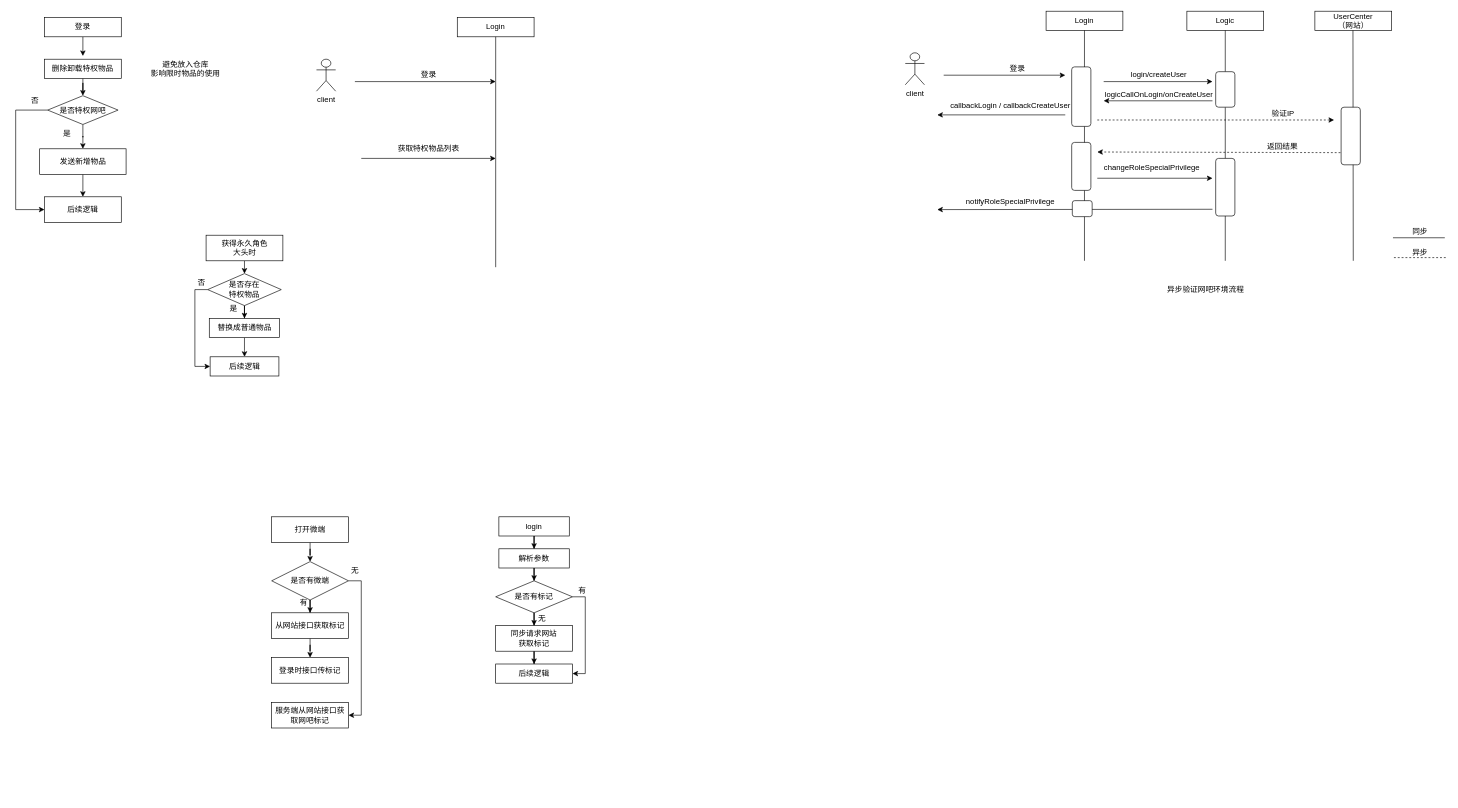
The draw.io diagram SSJJ2/网吧特权.drawio in Ordertiny/graph, before the edit. Source tidied: cells renumbered, new cells numbered last; positions are measured from the earlier drawing's top-left corner, leaving out a move shared by most shapes. Both pictures are drawn from the tidied source at 64%, with x=0, y=0 at pixel (15, 11).
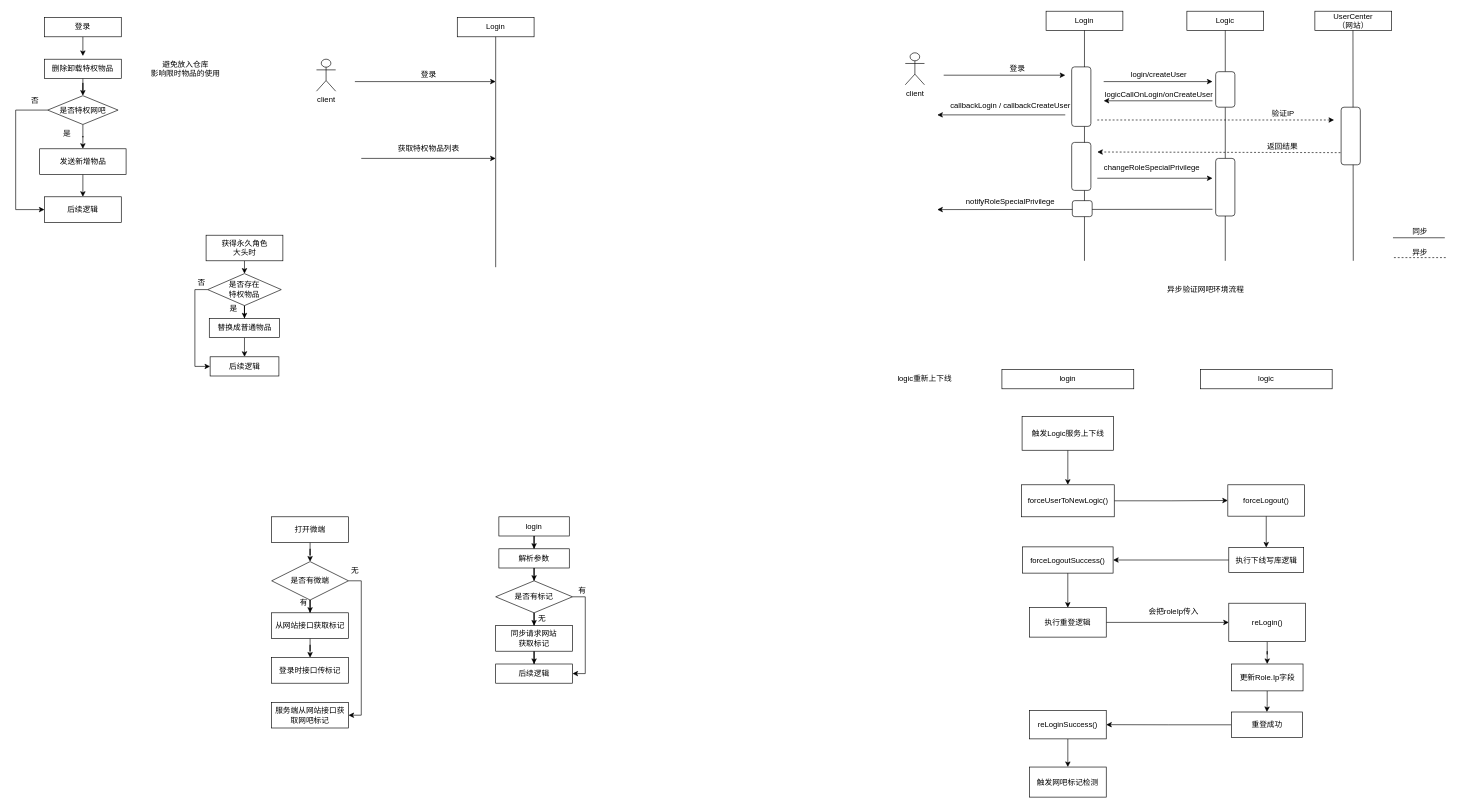
The same page after the edit.

Commit message:
更新网吧特权.drawio

The edit, as a diff of the source:
```diff
@@
+    <mxCell id="91" value="login" style="whiteSpace=wrap;html=1;" parent="1" vertex="1">
+      <mxGeometry x="1541" y="560" width="206" height="30" as="geometry" />
+    </mxCell>
+    <mxCell id="92" style="edgeStyle=orthogonalEdgeStyle;rounded=0;jettySize=auto;html=1;exitX=0.5;exitY=1;exitDx=0;exitDy=0;" parent="1" edge="1" source="93" target="95">
+      <mxGeometry relative="1" as="geometry" />
+    </mxCell>
+    <mxCell id="93" value="触发Logic服务上下线" style="whiteSpace=wrap;html=1;" parent="1" vertex="1">
+      <mxGeometry x="1572.5" y="633" width="143" height="53" as="geometry" />
+    </mxCell>
+    <mxCell id="94" style="edgeStyle=orthogonalEdgeStyle;rounded=0;jettySize=auto;html=1;exitX=1;exitY=0.5;exitDx=0;exitDy=0;" parent="1" edge="1" source="95" target="97">
+      <mxGeometry relative="1" as="geometry" />
+    </mxCell>
+    <mxCell id="95" value="forceUserToNewLogic()" style="whiteSpace=wrap;html=1;" parent="1" vertex="1">
+      <mxGeometry x="1571.5" y="740" width="145" height="50" as="geometry" />
+    </mxCell>
+    <mxCell id="96" style="edgeStyle=orthogonalEdgeStyle;rounded=0;jettySize=auto;html=1;exitX=0.5;exitY=1;exitDx=0;exitDy=0;" parent="1" edge="1" source="97" target="100">
+      <mxGeometry relative="1" as="geometry" />
+    </mxCell>
+    <mxCell id="97" value="forceLogout()" style="whiteSpace=wrap;html=1;" parent="1" vertex="1">
+      <mxGeometry x="1894" y="740" width="120" height="49" as="geometry" />
+    </mxCell>
+    <mxCell id="98" value="logic" style="whiteSpace=wrap;html=1;" parent="1" vertex="1">
+      <mxGeometry x="1851" y="560" width="206" height="30" as="geometry" />
+    </mxCell>
+    <mxCell id="99" style="edgeStyle=orthogonalEdgeStyle;rounded=0;jettySize=auto;html=1;" parent="1" edge="1" source="100" target="102">
+      <mxGeometry relative="1" as="geometry" />
+    </mxCell>
+    <mxCell id="100" value="执行下线写库逻辑" style="whiteSpace=wrap;html=1;" parent="1" vertex="1">
+      <mxGeometry x="1895.5" y="838" width="117" height="39" as="geometry" />
+    </mxCell>
+    <mxCell id="101" style="edgeStyle=orthogonalEdgeStyle;rounded=0;jettySize=auto;html=1;exitX=0.5;exitY=1;exitDx=0;exitDy=0;" parent="1" edge="1" source="102" target="104">
+      <mxGeometry relative="1" as="geometry" />
+    </mxCell>
+    <mxCell id="102" value="forceLogoutSuccess()" style="whiteSpace=wrap;html=1;" parent="1" vertex="1">
+      <mxGeometry x="1573.2" y="837" width="141.5" height="41" as="geometry" />
+    </mxCell>
+    <mxCell id="103" style="edgeStyle=orthogonalEdgeStyle;rounded=0;jettySize=auto;html=1;exitX=1;exitY=0.5;exitDx=0;exitDy=0;entryX=0;entryY=0.5;entryDx=0;entryDy=0;" parent="1" edge="1" source="104" target="106">
+      <mxGeometry relative="1" as="geometry" />
+    </mxCell>
+    <mxCell id="104" value="执行重登逻辑" style="whiteSpace=wrap;html=1;" parent="1" vertex="1">
+      <mxGeometry x="1584" y="932" width="120" height="46" as="geometry" />
+    </mxCell>
+    <mxCell id="105" style="edgeStyle=orthogonalEdgeStyle;rounded=0;jettySize=auto;html=1;" parent="1" edge="1" source="106" target="109">
+      <mxGeometry relative="1" as="geometry" />
+    </mxCell>
+    <mxCell id="106" value="reLogin()" style="whiteSpace=wrap;html=1;" parent="1" vertex="1">
+      <mxGeometry x="1895.5" y="925" width="120" height="60" as="geometry" />
+    </mxCell>
+    <mxCell id="107" value="会把roleIp传入" style="text;html=1;align=center;verticalAlign=middle;strokeColor=none;fillColor=none;" parent="1" vertex="1">
+      <mxGeometry x="1761" y="925" width="96" height="26" as="geometry" />
+    </mxCell>
+    <mxCell id="108" style="edgeStyle=orthogonalEdgeStyle;rounded=0;jettySize=auto;html=1;exitX=0.5;exitY=1;exitDx=0;exitDy=0;" parent="1" edge="1" source="109" target="111">
+      <mxGeometry relative="1" as="geometry" />
+    </mxCell>
+    <mxCell id="109" value="更新Role.Ip字段" style="whiteSpace=wrap;html=1;" parent="1" vertex="1">
+      <mxGeometry x="1899.5" y="1020" width="112" height="42" as="geometry" />
+    </mxCell>
+    <mxCell id="110" style="edgeStyle=orthogonalEdgeStyle;rounded=0;jettySize=auto;html=1;" parent="1" edge="1" source="111" target="113">
+      <mxGeometry relative="1" as="geometry" />
+    </mxCell>
+    <mxCell id="111" value="重登成功" style="whiteSpace=wrap;html=1;" parent="1" vertex="1">
+      <mxGeometry x="1899.5" y="1095" width="111" height="40" as="geometry" />
+    </mxCell>
+    <mxCell id="112" style="edgeStyle=orthogonalEdgeStyle;rounded=0;jettySize=auto;html=1;exitX=0.5;exitY=1;exitDx=0;exitDy=0;entryX=0.5;entryY=0;entryDx=0;entryDy=0;" parent="1" edge="1" source="113" target="114">
+      <mxGeometry relative="1" as="geometry" />
+    </mxCell>
+    <mxCell id="113" value="reLoginSuccess()" style="whiteSpace=wrap;html=1;" parent="1" vertex="1">
+      <mxGeometry x="1584" y="1092.5" width="120" height="44.5" as="geometry" />
+    </mxCell>
+    <mxCell id="114" value="触发网吧标记检测" style="whiteSpace=wrap;html=1;" parent="1" vertex="1">
+      <mxGeometry x="1584" y="1181" width="120" height="47" as="geometry" />
+    </mxCell>
+    <mxCell id="115" value="logic重新上下线" style="text;html=1;align=center;verticalAlign=middle;strokeColor=none;fillColor=none;" parent="1" vertex="1">
+      <mxGeometry x="1368" y="562" width="103" height="26" as="geometry" />
+    </mxCell>
```
